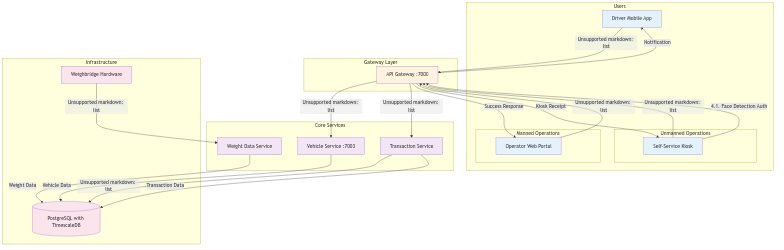
Above: docs/c4/assets/complete-weighing-transaction-flow.png in Qalitrack/qalitrackservices (Mermaid), before the change. Its source is kept beside it as docs/c4/complete-weighing-transaction-flow.mmd.
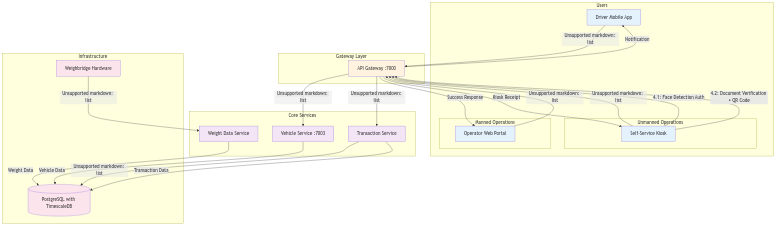
After the change.

Commit message:
fix(c4): resolve Mermaid 'Unsupported markdown: list' errors and add QR code document verification

What changed in the source:
```diff
@@ -26,17 +26,18 @@
         Hardware[Weighbridge Hardware]
     end
 
-    Driver -->|1. Vehicle Registration| Gateway
-    Gateway -->|2. Validate Vehicle| VehicleSvc
-    Hardware -->|3. Capture Weight| WeightSvc
+    Driver -->|"1. Vehicle Registration"| Gateway
+    Gateway -->|"2. Validate Vehicle"| VehicleSvc
+    Hardware -->|"3. Capture Weight"| WeightSvc
 
-    Operator -->|4. Create Transaction - Manned| Gateway
+    Operator -->|"4. Create Transaction • Manned"| Gateway
 
-    Kiosk -->|4. Create Transaction - Unmanned| Gateway
-    Kiosk -->|4.1. Face Detection Auth| Gateway
+    Kiosk -->|"4. Create Transaction • Unmanned"| Gateway
+    Kiosk -->|"4.1: Face Detection Auth"| Gateway
+    Kiosk -->|"4.2: Document Verification • QR Code"| Gateway
 
-    Gateway -->|5. Process Transaction| TransactionSvc
-    TransactionSvc -->|6. Store & Notify| PostgreSQL
+    Gateway -->|"5. Process Transaction"| TransactionSvc
+    TransactionSvc -->|"6. Store & Notify"| PostgreSQL
 
     VehicleSvc -->|Vehicle Data| PostgreSQL
     WeightSvc -->|Weight Data| PostgreSQL
```
